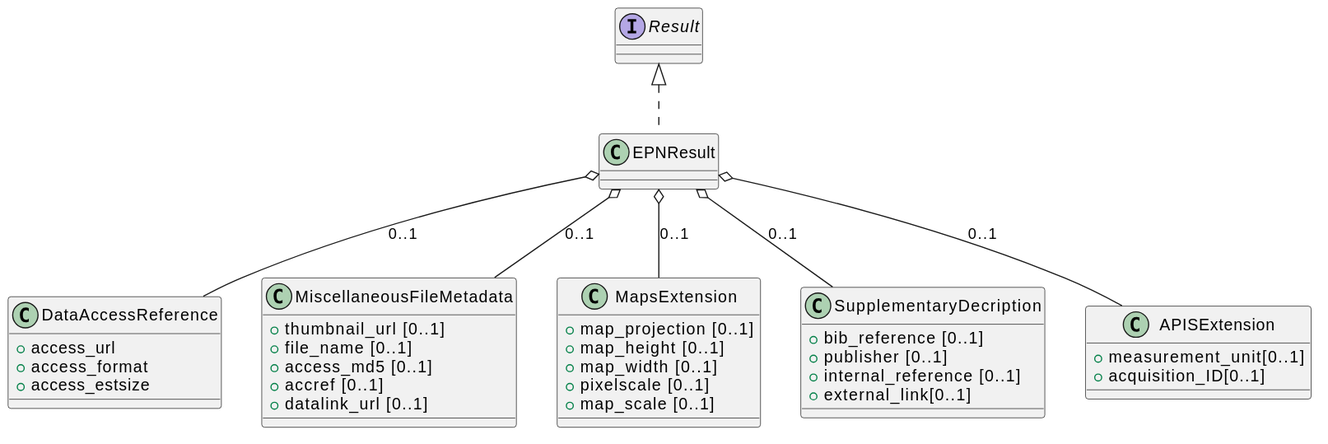
This is images/epn-result-class-diagram.svg from pdssp/pdssp_data_model, a PlantUML export, as it was before one commit.
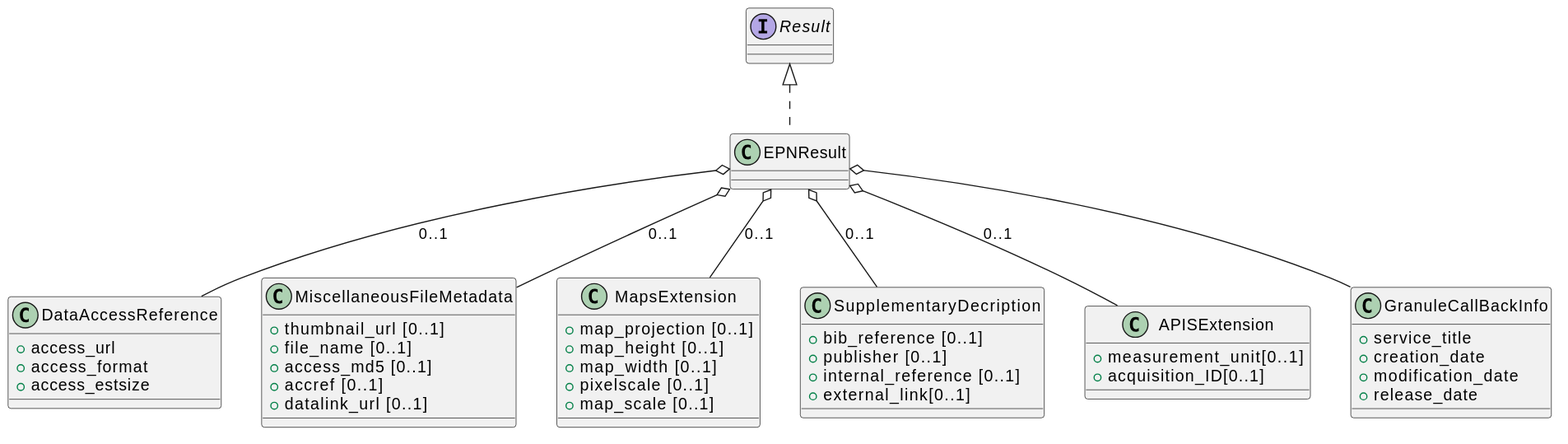
The same file after the commit.

What changed in the source:
```diff
@@ -37,10 +37,18 @@
   + acquisition_ID[0..1]
 }
 
+class GranuleCallBackInfo {
+  + service_title
+  + creation_date
+  + modification_date
+  + release_date
+}
+
 Result <|.. EPNResult
 EPNResult o-- DataAccessReference : 0..1
 EPNResult o-- MiscellaneousFileMetadata : 0..1
 EPNResult o-- MapsExtension : 0..1
 EPNResult o-- APISExtension : 0..1
 EPNResult o-- SupplementaryDecription : 0..1
+EPNResult o-- GranuleCallBackInfo
 @enduml
```
